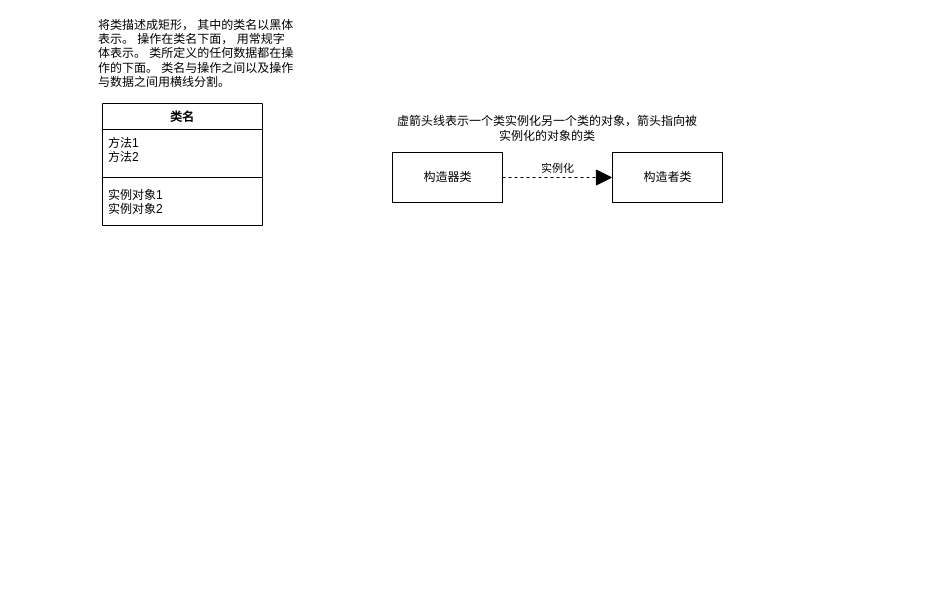
ChinaChong/Diagrams keeps this draw.io diagram as Untitled Diagram.drawio. Above is the earlier version. Source tidied: cells renumbered, new cells numbered last; positions are measured from the earlier drawing's top-left corner, leaving out a move shared by most shapes. Both pictures are drawn from the tidied source at 100%, with x=0, y=0 at pixel (96, 43).
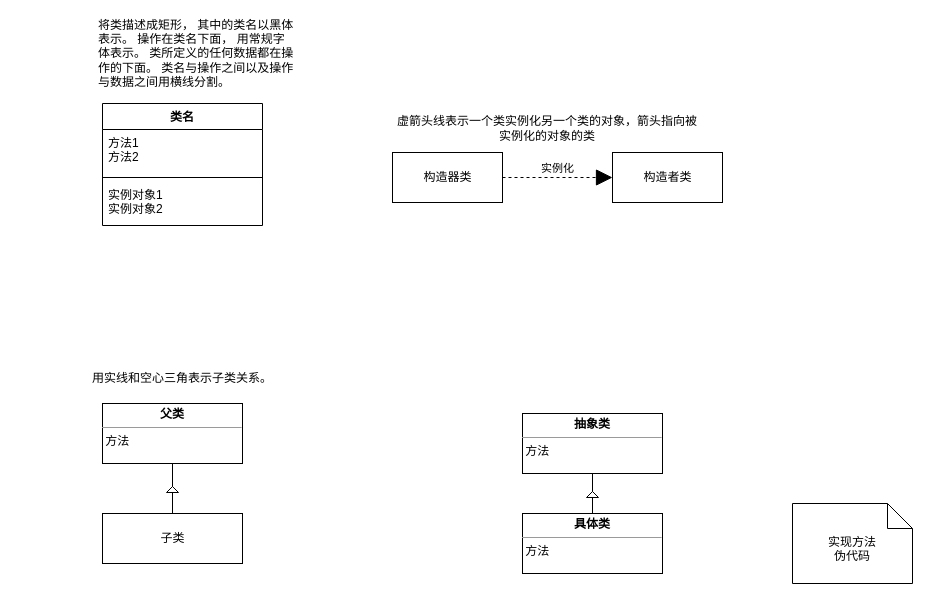
After the change.

Diff of the diagram source:
```diff
@@
+    <mxCell id="11" style="endArrow=none;html=1;rounded=0;align=center;verticalAlign=bottom;labelBackgroundColor=none;startSize=14;endSize=14;sourcePerimeterSpacing=8;targetPerimeterSpacing=8;exitX=0.5;exitY=0;exitDx=0;exitDy=0;entryX=0.5;entryY=1;entryDx=0;entryDy=0;" parent="1" edge="1" source="18" target="17">
+      <mxGeometry relative="1" as="geometry" />
+    </mxCell>
@@
+    <mxCell id="12" value="&lt;p style=&quot;margin: 0px ; margin-top: 4px ; text-align: center&quot;&gt;&lt;b&gt;父类&lt;/b&gt;&lt;/p&gt;&lt;hr size=&quot;1&quot;&gt;&lt;div style=&quot;height: 2px&quot;&gt;&amp;nbsp;方法&lt;/div&gt;" style="verticalAlign=top;align=left;overflow=fill;fontSize=12;fontFamily=Helvetica;html=1;hachureGap=4;" parent="1" vertex="1">
+      <mxGeometry x="6" y="360" width="140" height="60" as="geometry" />
+    </mxCell>
+    <mxCell id="13" value="子类" style="html=1;hachureGap=4;" parent="1" vertex="1">
+      <mxGeometry x="6" y="470" width="140" height="50" as="geometry" />
+    </mxCell>
+    <mxCell id="14" style="endArrow=none;html=1;rounded=0;align=center;verticalAlign=bottom;labelBackgroundColor=none;startSize=14;endSize=14;sourcePerimeterSpacing=8;targetPerimeterSpacing=8;exitX=0.5;exitY=0;exitDx=0;exitDy=0;entryX=0.5;entryY=1;entryDx=0;entryDy=0;" parent="1" edge="1" source="13" target="12">
+      <mxGeometry relative="1" as="geometry" />
+    </mxCell>
+    <mxCell id="15" style="triangle;fillColor=default;hachureGap=4;rotation=270;" parent="1" vertex="1">
+      <mxGeometry x="73" y="440" width="6" height="12" as="geometry" />
+    </mxCell>
+    <mxCell id="16" value="用实线和空心三角表示子类关系。" style="text;html=1;strokeColor=none;fillColor=none;align=center;verticalAlign=middle;whiteSpace=wrap;rounded=0;hachureGap=4;" parent="1" vertex="1">
+      <mxGeometry x="-79" y="310" width="330" height="50" as="geometry" />
+    </mxCell>
+    <mxCell id="17" value="&lt;p style=&quot;margin: 0px ; margin-top: 4px ; text-align: center&quot;&gt;&lt;b&gt;抽象类&lt;/b&gt;&lt;/p&gt;&lt;hr size=&quot;1&quot;&gt;&lt;div style=&quot;height: 2px&quot;&gt;&amp;nbsp;方法&lt;/div&gt;" style="verticalAlign=top;align=left;overflow=fill;fontSize=12;fontFamily=Helvetica;html=1;hachureGap=4;" parent="1" vertex="1">
+      <mxGeometry x="426" y="370" width="140" height="60" as="geometry" />
+    </mxCell>
+    <mxCell id="18" value="&lt;p style=&quot;margin: 0px ; margin-top: 4px ; text-align: center&quot;&gt;&lt;b&gt;具体类&lt;/b&gt;&lt;/p&gt;&lt;hr size=&quot;1&quot;&gt;&lt;div style=&quot;height: 2px&quot;&gt;&amp;nbsp;方法&lt;/div&gt;" style="verticalAlign=top;align=left;overflow=fill;fontSize=12;fontFamily=Helvetica;html=1;hachureGap=4;" parent="1" vertex="1">
+      <mxGeometry x="426" y="470" width="140" height="60" as="geometry" />
+    </mxCell>
+    <mxCell id="19" value="实现方法&lt;br&gt;伪代码" style="shape=note2;boundedLbl=1;whiteSpace=wrap;html=1;size=25;verticalAlign=top;align=center;hachureGap=4;fillColor=default;" parent="1" vertex="1">
+      <mxGeometry x="696" y="460" width="120" height="80" as="geometry" />
+    </mxCell>
+    <mxCell id="20" style="group;" parent="1" vertex="1">
+      <mxGeometry x="490" y="430" width="12" height="50" as="geometry" />
+    </mxCell>
+    <mxCell id="21" style="triangle;fillColor=#FFFFFF;hachureGap=4;rotation=270;" parent="20" vertex="1">
+      <mxGeometry x="3" y="15" width="6" height="12" as="geometry" />
+    </mxCell>
```
